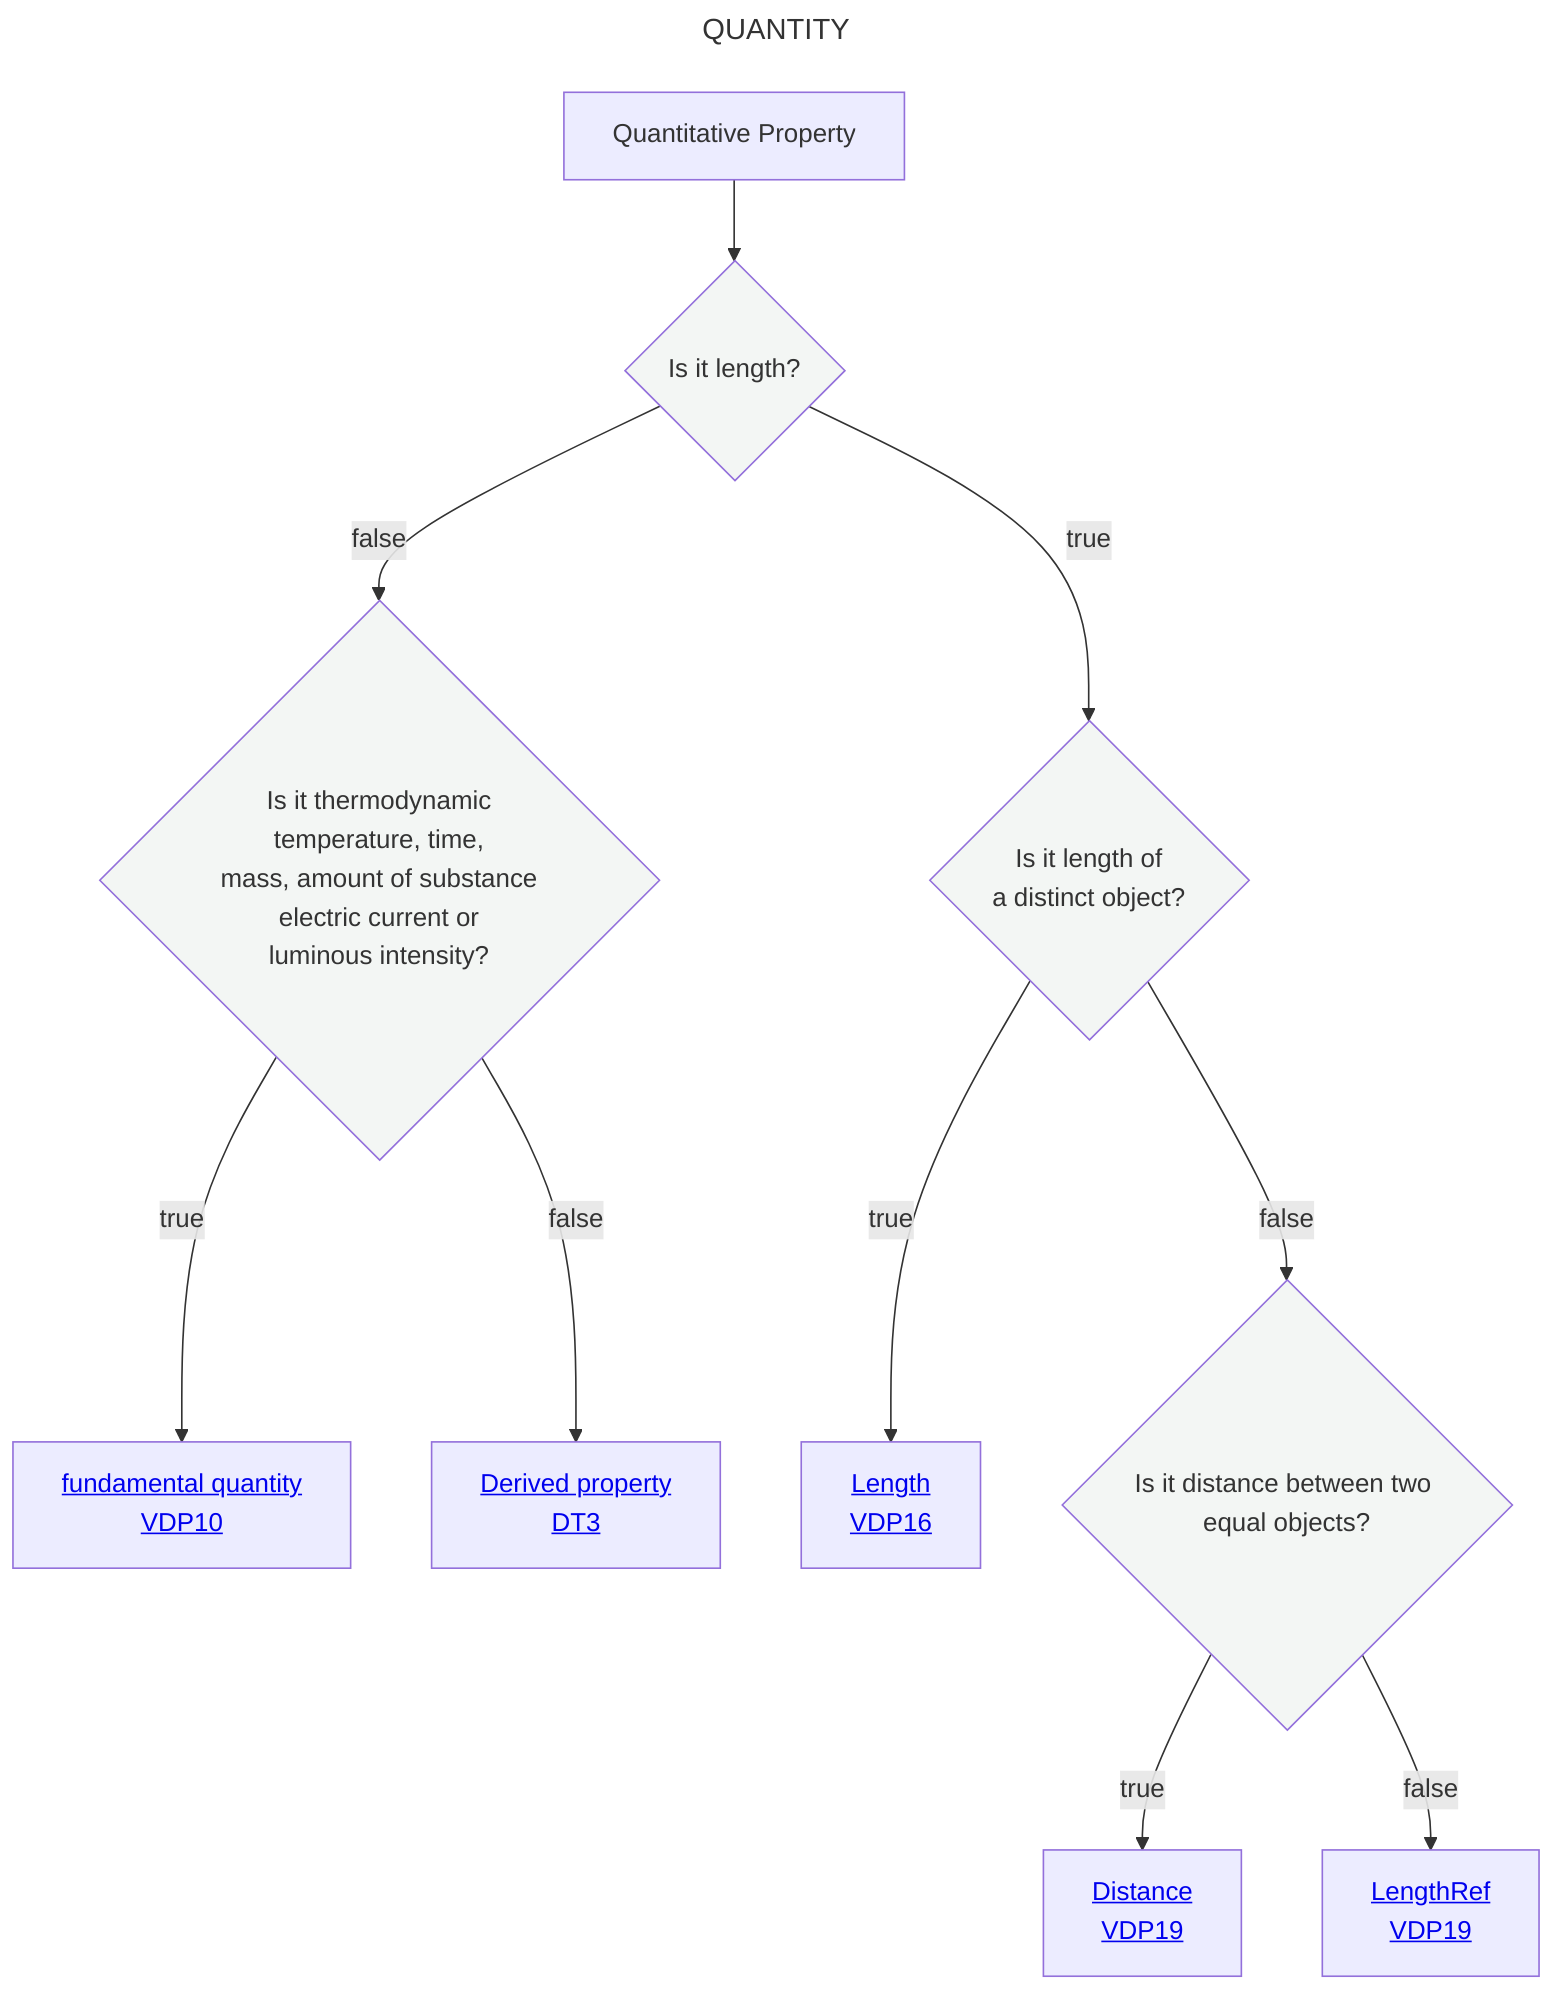
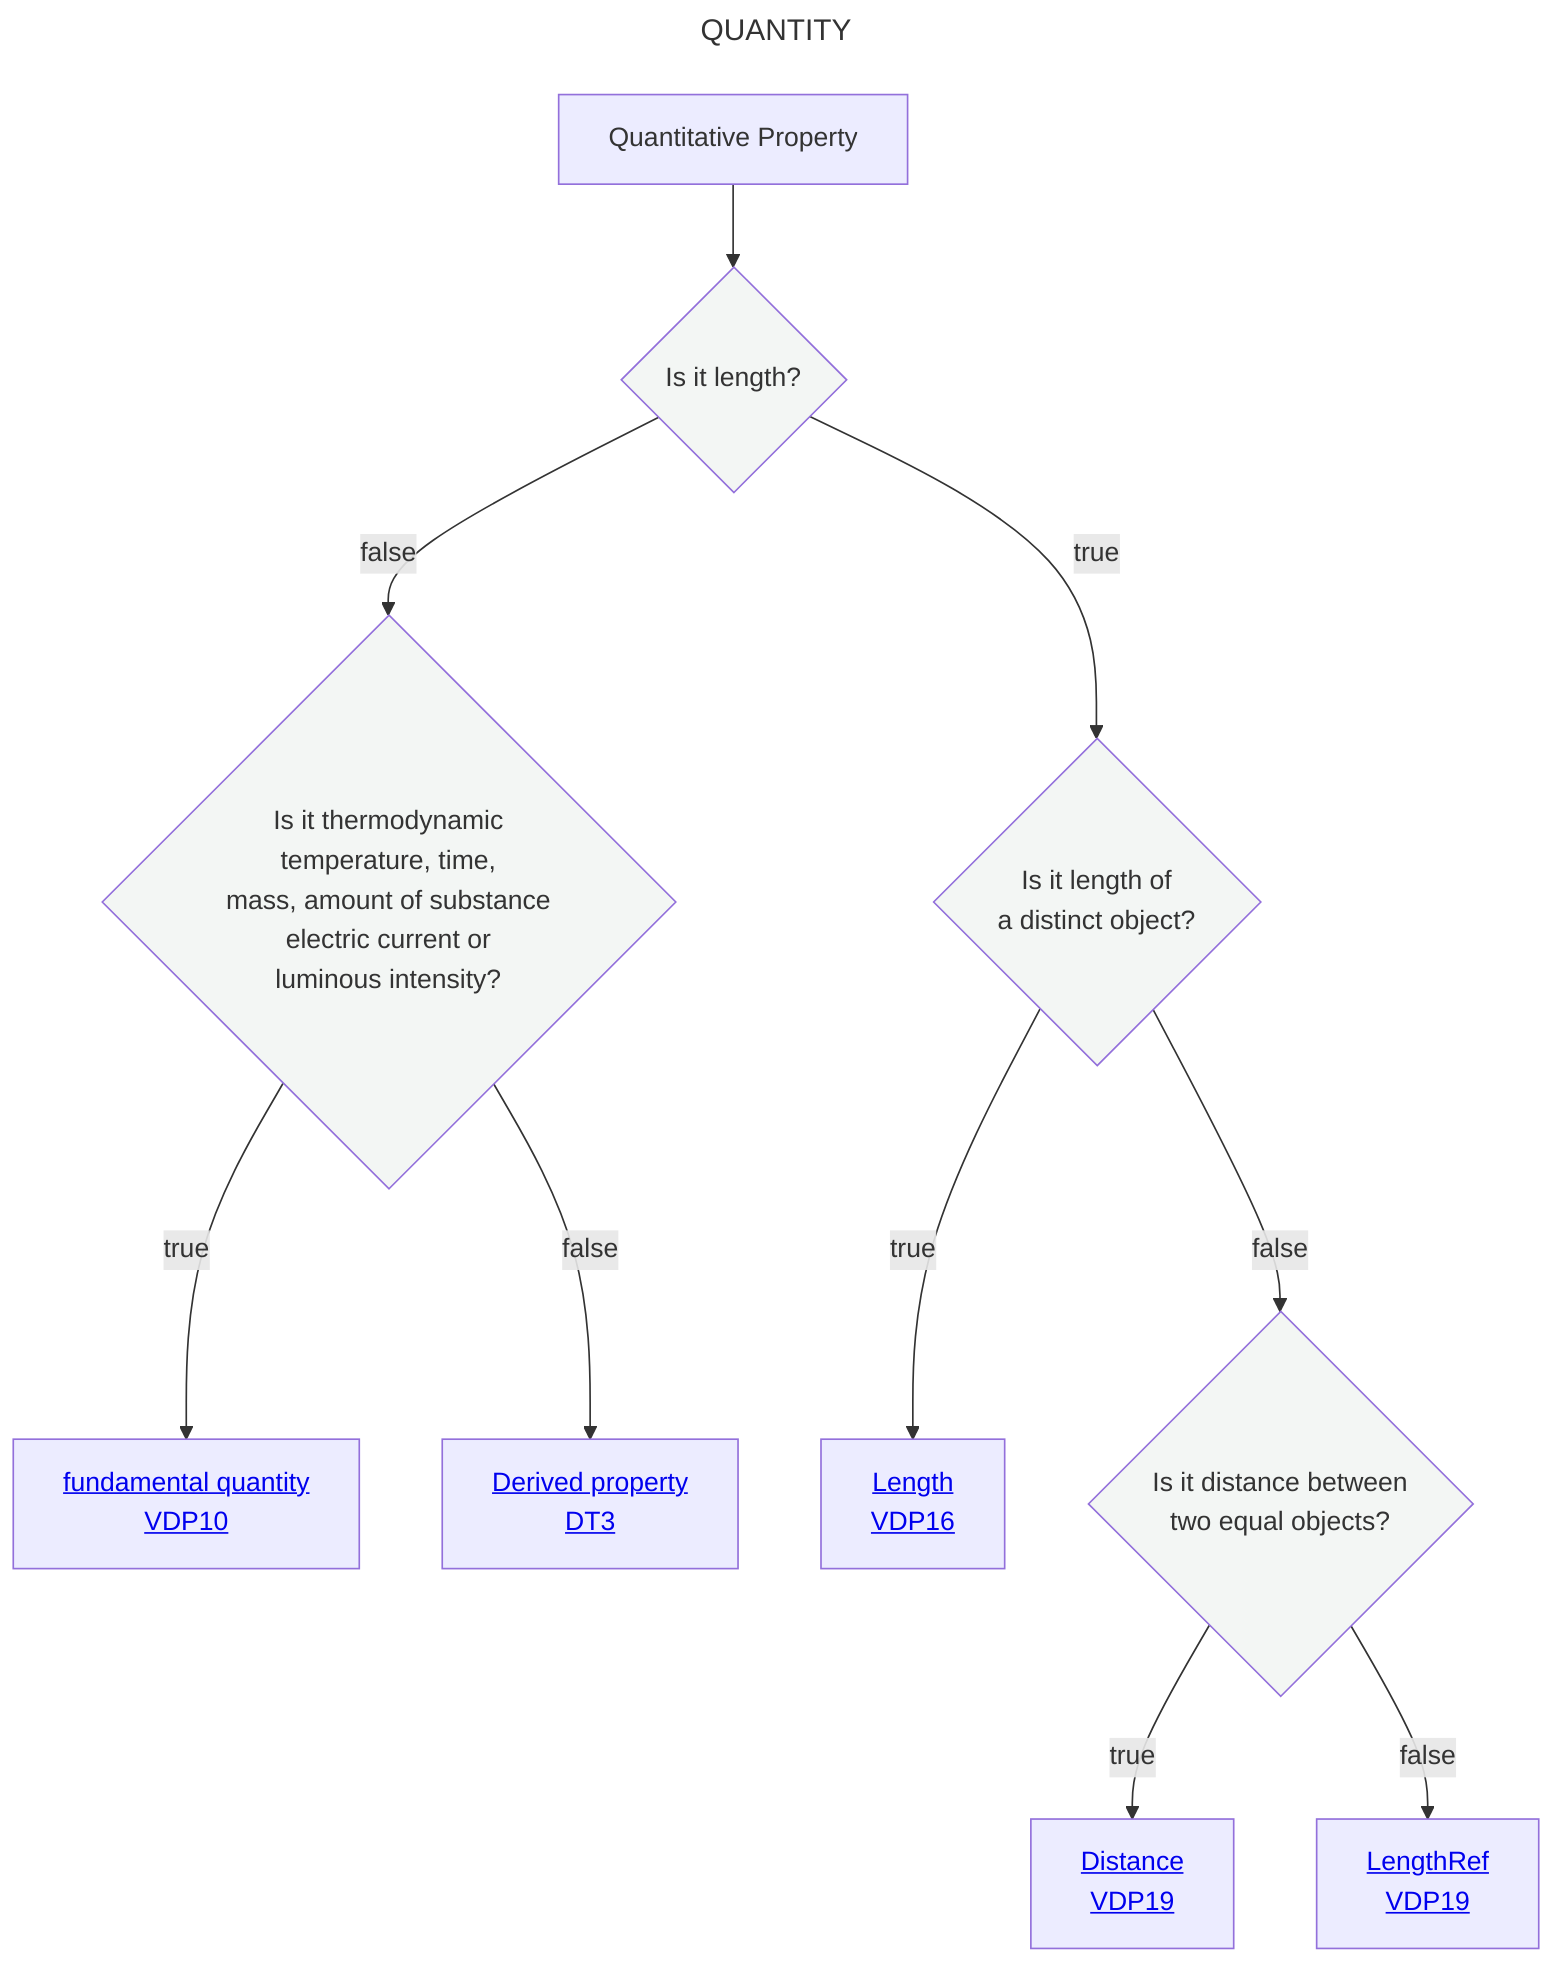
---
title: QUANTITY
---
flowchart TD
    A[Quantitative Property] --> C{Is it length?}:::white
    C --> |true|E{Is it length of <br> a distinct object?}:::white
    C --> |false|F{Is it thermodynamic <br> temperature, time,  <br> mass, amount of substance <br> electric current or <br> luminous intensity?}:::white
    F --> |true|G[<a href='https://github.com/mabablue/I-ADOPT-patterns-playground/blob/main/pattern/VDP10.yaml'>fundamental quantity <br> VDP10</a>]
    F --> |false|M[<a href='https://github.com/mabablue/I-ADOPT-patterns-playground/blob/main/Decisition_trees/DT3.mmd'>Derived property <br> DT3</a>]
    E --> |true|N[<a href='https://github.com/mabablue/I-ADOPT-patterns-playground/blob/main/pattern/VDP16.yaml'>Length <br> VDP16</a>]
-     E --> |false|O{Is it distance between two equal objects?}:::white
+     E --> |false|O{Is it distance between <br> two equal objects?}:::white
    O --> |true|P[<a href='https://github.com/mabablue/I-ADOPT-patterns-playground/blob/main/pattern/VDP19.yaml'>Distance <br> VDP19</a>]
    O --> |false|Q[<a href='https://github.com/mabablue/I-ADOPT-patterns-playground/blob/main/pattern/VDP19.yaml'>LengthRef <br> VDP19</a>]
   classDef blue fill:#90D5FF
   classDef satblue fill:#57B9FF
   classDef white fill:#f3f6f4
   classDef green fill:#6aa84f
